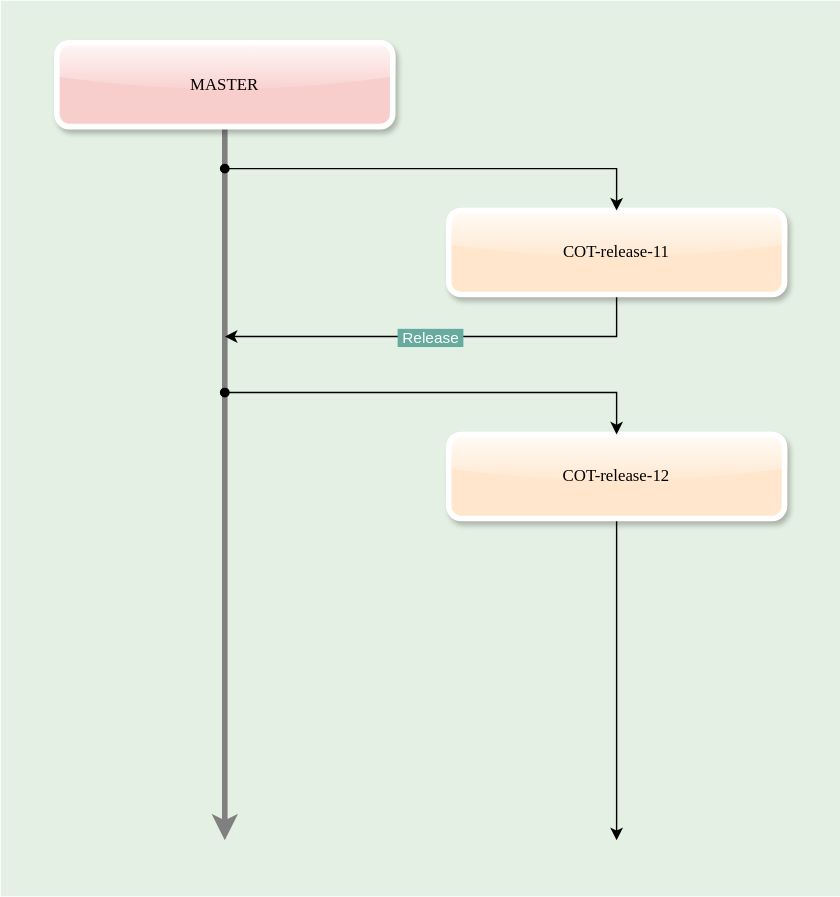
alexander-lyakhov/draw.io keeps this draw.io diagram as Git-flow.drawio.svg. Above is the earlier version. Source tidied: cells renumbered, new cells last; positions are measured from the earlier drawing's top-left corner, leaving out a move shared by most shapes.
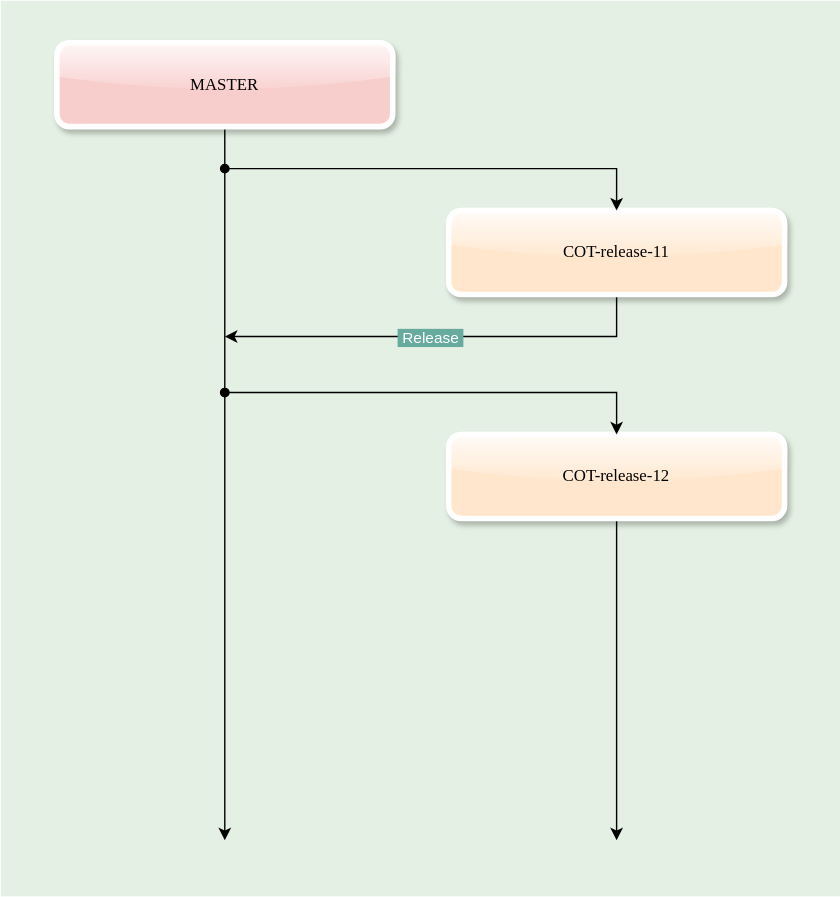
Later version of the same file.

The edit, as a diff of the source:
```diff
@@ -2,10 +2,10 @@
   <root>
     <mxCell id="0" />
     <mxCell id="1" parent="0" />
-    <mxCell id="2" style="rounded=0;whiteSpace=wrap;html=1;fillColor=#d5e8d4;strokeColor=none;imageAspect=1;fillOpacity=64;" parent="1" vertex="1">
+    <mxCell id="2" style="rounded=0;whiteSpace=wrap;html=1;imageAspect=1;fillOpacity=64;fillColor=#d5e8d4;strokeColor=none;" parent="1" vertex="1">
       <mxGeometry width="600" height="640" as="geometry" />
     </mxCell>
-    <mxCell id="3" style="endArrow=classic;html=1;rounded=0;exitX=0.5;exitY=1;exitDx=0;exitDy=0;curved=0;shadow=0;strokeWidth=4;strokeColor=#808080;" parent="1" edge="1" source="11">
+    <mxCell id="3" style="endArrow=classic;html=1;rounded=0;exitX=0.5;exitY=1;exitDx=0;exitDy=0;curved=0;shadow=0;strokeWidth=1;strokeColor=#000000;" parent="1" edge="1" source="11">
       <mxGeometry relative="1" as="geometry">
         <mxPoint x="160" y="600" as="targetPoint" />
       </mxGeometry>
@@ -37,7 +37,7 @@
     <mxCell id="8" value="&amp;nbsp;Release&amp;nbsp;" style="edgeLabel;html=1;align=center;verticalAlign=middle;labelBackgroundColor=#67AB9F;fontColor=#FFFFFF;textShadow=0;fontSize=11;labelBorderColor=none;" parent="7" vertex="1">
       <mxGeometry x="0.06" y="1" relative="1" as="geometry" />
     </mxCell>
-    <mxCell id="9" value="COT-release-11" style="rounded=1;whiteSpace=wrap;html=1;fillColor=#ffe6cc;strokeColor=#FFFFFF;shadow=1;glass=1;strokeWidth=4;align=center;verticalAlign=middle;fontFamily=Verdana;fontSize=12;" parent="1" vertex="1">
+    <mxCell id="9" value="COT-release-11" style="rounded=1;whiteSpace=wrap;html=1;fillColor=#ffe6cc;strokeColor=#FFFFFF;shadow=1;glass=1;strokeWidth=4;align=center;verticalAlign=middle;fontFamily=Verdana;fontSize=12;fontColor=default;" parent="1" vertex="1">
       <mxGeometry x="320" y="150" width="240" height="60" as="geometry" />
     </mxCell>
     <mxCell id="10" style="endArrow=classic;html=1;rounded=0;entryX=0.5;entryY=0;entryDx=0;entryDy=0;startArrow=oval;startFill=1;strokeWidth=1;strokeColor=#000000;" parent="1" edge="1" target="9">
```
